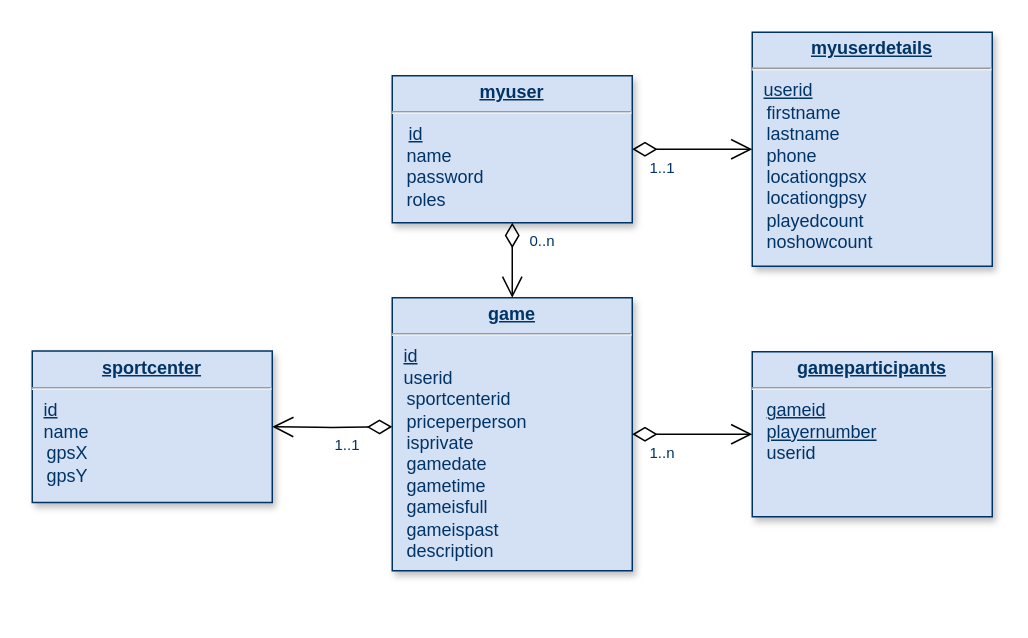
This is dbs schema.drawio from dicaros/BVapp, a draw.io file, before an edit. Source tidied: cells renumbered, new cells numbered last; positions are measured from the earlier drawing's top-left corner, leaving out a move shared by most shapes. Both pictures are drawn from the tidied source at 150%, with x=0, y=0 at pixel (32, 32).
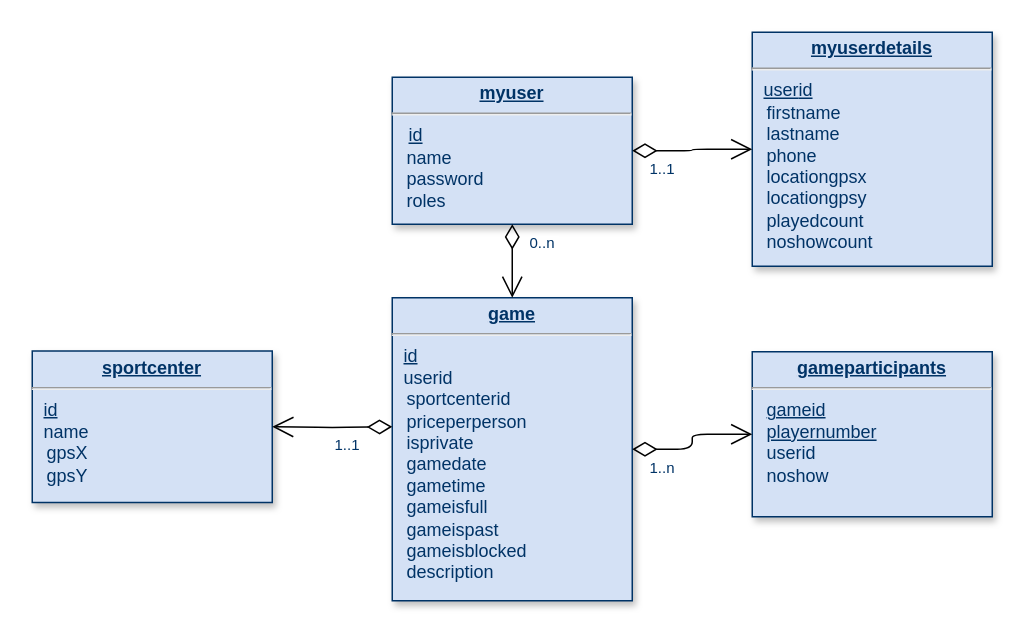
The same diagram, later.

The edit, as a diff of the source:
```diff
@@
 <mxGraphModel background="#ffffff">
   <root>
     <mxCell id="0" />
     <mxCell id="1" parent="0" />
-    <mxCell id="2" value="&lt;p style=&quot;margin: 0px ; margin-top: 4px ; text-align: center ; text-decoration: underline&quot;&gt;&lt;strong&gt;game&lt;/strong&gt;&lt;/p&gt;&lt;hr&gt;&lt;p style=&quot;margin: 0px ; margin-left: 8px&quot;&gt;&lt;u&gt;id&lt;/u&gt;&lt;br&gt;&lt;/p&gt;&lt;p style=&quot;margin: 0px ; margin-left: 8px&quot;&gt;userid&lt;/p&gt;&lt;div&gt;&amp;nbsp;&amp;nbsp; sportcenterid&lt;/div&gt;&lt;div&gt;&amp;nbsp;&amp;nbsp; priceperperson&lt;br&gt;&lt;/div&gt;&lt;div&gt;&amp;nbsp;&amp;nbsp; isprivate&lt;/div&gt;&lt;div&gt;&amp;nbsp;&amp;nbsp; gamedate&lt;/div&gt;&lt;div&gt;&amp;nbsp;&amp;nbsp; gametime&lt;/div&gt;&lt;div&gt;&amp;nbsp;&amp;nbsp; gameisfull&lt;/div&gt;&lt;div&gt;&amp;nbsp;&amp;nbsp; gameispast&lt;/div&gt;&lt;div&gt;&amp;nbsp;&amp;nbsp; description&lt;br&gt;&lt;/div&gt;&lt;div&gt;&amp;nbsp;&amp;nbsp; &lt;br&gt;&lt;/div&gt;" style="verticalAlign=top;align=left;overflow=fill;fontSize=12;fontFamily=Helvetica;html=1;strokeColor=#003366;shadow=1;fillColor=#D4E1F5;fontColor=#003366;" parent="1" vertex="1">
-      <mxGeometry x="240" y="177" width="160" height="182" as="geometry" />
+    <mxCell id="2" value="&lt;p style=&quot;margin: 0px ; margin-top: 4px ; text-align: center ; text-decoration: underline&quot;&gt;&lt;strong&gt;game&lt;/strong&gt;&lt;/p&gt;&lt;hr&gt;&lt;p style=&quot;margin: 0px ; margin-left: 8px&quot;&gt;&lt;u&gt;id&lt;/u&gt;&lt;br&gt;&lt;/p&gt;&lt;p style=&quot;margin: 0px ; margin-left: 8px&quot;&gt;userid&lt;/p&gt;&lt;div&gt;&amp;nbsp;&amp;nbsp; sportcenterid&lt;/div&gt;&lt;div&gt;&amp;nbsp;&amp;nbsp; priceperperson&lt;br&gt;&lt;/div&gt;&lt;div&gt;&amp;nbsp;&amp;nbsp; isprivate&lt;/div&gt;&lt;div&gt;&amp;nbsp;&amp;nbsp; gamedate&lt;/div&gt;&lt;div&gt;&amp;nbsp;&amp;nbsp; gametime&lt;/div&gt;&lt;div&gt;&amp;nbsp;&amp;nbsp; gameisfull&lt;/div&gt;&lt;div&gt;&amp;nbsp;&amp;nbsp; gameispast&lt;/div&gt;&lt;div&gt;&amp;nbsp;&amp;nbsp; gameisblocked&lt;br&gt;&lt;/div&gt;&lt;div&gt;&amp;nbsp;&amp;nbsp; description&lt;br&gt;&lt;/div&gt;&lt;div&gt;&amp;nbsp;&amp;nbsp; &lt;br&gt;&lt;/div&gt;" style="verticalAlign=top;align=left;overflow=fill;fontSize=12;fontFamily=Helvetica;html=1;strokeColor=#003366;shadow=1;fillColor=#D4E1F5;fontColor=#003366;" parent="1" vertex="1">
+      <mxGeometry x="240" y="177" width="160" height="202" as="geometry" />
     </mxCell>
     <mxCell id="3" value="&lt;p style=&quot;margin: 0px ; margin-top: 4px ; text-align: center ; text-decoration: underline&quot;&gt;&lt;strong&gt;myuser&lt;br&gt;&lt;/strong&gt;&lt;/p&gt;&lt;hr&gt;&lt;p style=&quot;margin: 0px ; margin-left: 8px&quot;&gt;&lt;i&gt;&amp;nbsp;&lt;/i&gt;&lt;u&gt;id&lt;/u&gt;&lt;/p&gt;&lt;div&gt;&amp;nbsp;&amp;nbsp; name&lt;/div&gt;&lt;div&gt;&amp;nbsp;&amp;nbsp; password&lt;br&gt;&lt;/div&gt;&lt;div&gt;&amp;nbsp;&amp;nbsp; roles&lt;/div&gt;" style="verticalAlign=top;align=left;overflow=fill;fontSize=12;fontFamily=Helvetica;html=1;strokeColor=#003366;shadow=1;fillColor=#D4E1F5;fontColor=#003366;" parent="1" vertex="1">
-      <mxGeometry x="240" y="29" width="160" height="98" as="geometry" />
+      <mxGeometry x="240" y="30" width="160" height="98" as="geometry" />
     </mxCell>
     <mxCell id="4" style="endArrow=open;endSize=12;startArrow=diamondThin;startSize=14;startFill=0;edgeStyle=orthogonalEdgeStyle;" parent="1" edge="1" source="3" target="2">
       <mxGeometry x="19" y="368" as="geometry" />
     </mxCell>
     <mxCell id="5" value="0..n" style="align=left;verticalAlign=top;labelBackgroundColor=#ffffff;fontSize=10;strokeColor=#003366;shadow=1;fillColor=#D4E1F5;fontColor=#003366;" parent="4" vertex="1">
       <mxGeometry x="-1" relative="1" as="geometry">
         <mxPoint x="10" as="offset" />
       </mxGeometry>
     </mxCell>
-    <mxCell id="6" value="&lt;p style=&quot;margin: 0px ; margin-top: 4px ; text-align: center ; text-decoration: underline&quot;&gt;&lt;strong&gt;gameparticipants&lt;/strong&gt;&lt;/p&gt;&lt;hr&gt;&lt;div&gt;&amp;nbsp;&amp;nbsp; &lt;u&gt;gameid&lt;/u&gt;&lt;/div&gt;&lt;div&gt;&amp;nbsp;&amp;nbsp; &lt;u&gt;playernumber&lt;/u&gt;&lt;/div&gt;&lt;div&gt;&amp;nbsp;&amp;nbsp; userid&lt;br&gt;&lt;/div&gt;&lt;div&gt;&amp;nbsp;&amp;nbsp; &lt;br&gt;&lt;/div&gt;" style="verticalAlign=top;align=left;overflow=fill;fontSize=12;fontFamily=Helvetica;html=1;strokeColor=#003366;shadow=1;fillColor=#D4E1F5;fontColor=#003366;" parent="1" vertex="1">
+    <mxCell id="6" value="&lt;p style=&quot;margin: 0px ; margin-top: 4px ; text-align: center ; text-decoration: underline&quot;&gt;&lt;strong&gt;gameparticipants&lt;/strong&gt;&lt;/p&gt;&lt;hr&gt;&lt;div&gt;&amp;nbsp;&amp;nbsp; &lt;u&gt;gameid&lt;/u&gt;&lt;/div&gt;&lt;div&gt;&amp;nbsp;&amp;nbsp; &lt;u&gt;playernumber&lt;/u&gt;&lt;/div&gt;&lt;div&gt;&amp;nbsp;&amp;nbsp; userid&lt;/div&gt;&lt;div&gt;&amp;nbsp;&amp;nbsp; noshow&lt;br&gt;&lt;/div&gt;&lt;div&gt;&amp;nbsp;&amp;nbsp; &lt;br&gt;&lt;/div&gt;" style="verticalAlign=top;align=left;overflow=fill;fontSize=12;fontFamily=Helvetica;html=1;strokeColor=#003366;shadow=1;fillColor=#D4E1F5;fontColor=#003366;" parent="1" vertex="1">
       <mxGeometry x="480" y="213" width="160" height="110" as="geometry" />
     </mxCell>
     <mxCell id="7" style="endArrow=open;endSize=12;startArrow=diamondThin;startSize=14;startFill=0;edgeStyle=orthogonalEdgeStyle;entryX=0;entryY=0.5;entryDx=0;entryDy=0;exitX=1;exitY=0.5;exitDx=0;exitDy=0;" parent="1" edge="1" source="2" target="6">
       <mxGeometry x="29" y="378" as="geometry" />
     </mxCell>
     <mxCell id="8" value="1..n" style="align=left;verticalAlign=top;labelBackgroundColor=#ffffff;fontSize=10;strokeColor=#003366;shadow=1;fillColor=#D4E1F5;fontColor=#003366;" parent="7" vertex="1">
       <mxGeometry x="-1" relative="1" as="geometry">
         <mxPoint x="10" as="offset" />
       </mxGeometry>
     </mxCell>
     <mxCell id="9" value="&lt;p style=&quot;margin: 0px ; margin-top: 4px ; text-align: center ; text-decoration: underline&quot;&gt;&lt;strong&gt;sportcenter&lt;/strong&gt;&lt;/p&gt;&lt;hr&gt;&lt;p style=&quot;margin: 0px ; margin-left: 8px&quot;&gt;&lt;u&gt;id&lt;/u&gt;&lt;/p&gt;&lt;p style=&quot;margin: 0px ; margin-left: 8px&quot;&gt;name&lt;/p&gt;&amp;nbsp;&amp;nbsp; gpsX&lt;div&gt;&amp;nbsp;&amp;nbsp; gpsY&lt;/div&gt;&lt;div&gt;&amp;nbsp;&amp;nbsp; &lt;br&gt;&lt;/div&gt;&lt;div&gt;&amp;nbsp;&amp;nbsp; &lt;br&gt;&lt;/div&gt;" style="verticalAlign=top;align=left;overflow=fill;fontSize=12;fontFamily=Helvetica;html=1;strokeColor=#003366;shadow=1;fillColor=#D4E1F5;fontColor=#003366;" parent="1" vertex="1">
       <mxGeometry y="212.5" width="160" height="101" as="geometry" />
     </mxCell>
     <mxCell id="10" value="&lt;p style=&quot;margin: 0px ; margin-top: 4px ; text-align: center ; text-decoration: underline&quot;&gt;&lt;strong&gt;myuserdetails&lt;/strong&gt;&lt;/p&gt;&lt;hr&gt;&lt;p style=&quot;margin: 0px ; margin-left: 8px&quot;&gt;&lt;u&gt;user&lt;/u&gt;&lt;u&gt;id&lt;/u&gt;&lt;/p&gt;&lt;div&gt;&amp;nbsp;&amp;nbsp; firstname&lt;/div&gt;&lt;div&gt;&amp;nbsp;&amp;nbsp; lastname&lt;/div&gt;&lt;div&gt;&amp;nbsp;&amp;nbsp; phone&lt;br&gt;&lt;/div&gt;&lt;div&gt;&amp;nbsp;&amp;nbsp; locationgpsx&lt;br&gt;&lt;/div&gt;&lt;div&gt;&amp;nbsp;&amp;nbsp; locationgpsy&lt;/div&gt;&lt;div&gt;&amp;nbsp;&amp;nbsp; playedcount&lt;/div&gt;&lt;div&gt;&amp;nbsp;&amp;nbsp; noshowcount&lt;br&gt;&lt;/div&gt;" style="verticalAlign=top;align=left;overflow=fill;fontSize=12;fontFamily=Helvetica;html=1;strokeColor=#003366;shadow=1;fillColor=#D4E1F5;fontColor=#003366;" parent="1" vertex="1">
       <mxGeometry x="480" width="160" height="156" as="geometry" />
     </mxCell>
     <mxCell id="11" style="endArrow=open;endSize=12;startArrow=diamondThin;startSize=14;startFill=0;edgeStyle=orthogonalEdgeStyle;exitX=1;exitY=0.5;exitDx=0;exitDy=0;entryX=0;entryY=0.5;entryDx=0;entryDy=0;" parent="1" edge="1" source="3" target="10">
       <mxGeometry x="29" y="378" as="geometry" />
     </mxCell>
     <mxCell id="12" value="1..1" style="align=left;verticalAlign=top;labelBackgroundColor=#ffffff;fontSize=10;strokeColor=#003366;shadow=1;fillColor=#D4E1F5;fontColor=#003366;" parent="11" vertex="1">
       <mxGeometry x="-1" relative="1" as="geometry">
         <mxPoint x="10" as="offset" />
       </mxGeometry>
     </mxCell>
     <mxCell id="13" style="endArrow=open;endSize=12;startArrow=diamondThin;startSize=14;startFill=0;edgeStyle=orthogonalEdgeStyle;entryX=1;entryY=0.5;entryDx=0;entryDy=0;" parent="1" edge="1" target="9">
       <mxGeometry x="-180" y="364" as="geometry">
         <mxPoint x="240" y="263" as="sourcePoint" />
       </mxGeometry>
     </mxCell>
     <mxCell id="14" value="1..1" style="align=left;verticalAlign=top;labelBackgroundColor=#ffffff;fontSize=10;strokeColor=#003366;shadow=1;fillColor=#D4E1F5;fontColor=#003366;" parent="13" vertex="1">
       <mxGeometry x="-1" relative="1" as="geometry">
         <mxPoint x="-40" as="offset" />
       </mxGeometry>
     </mxCell>
   </root>
 </mxGraphModel>
```
